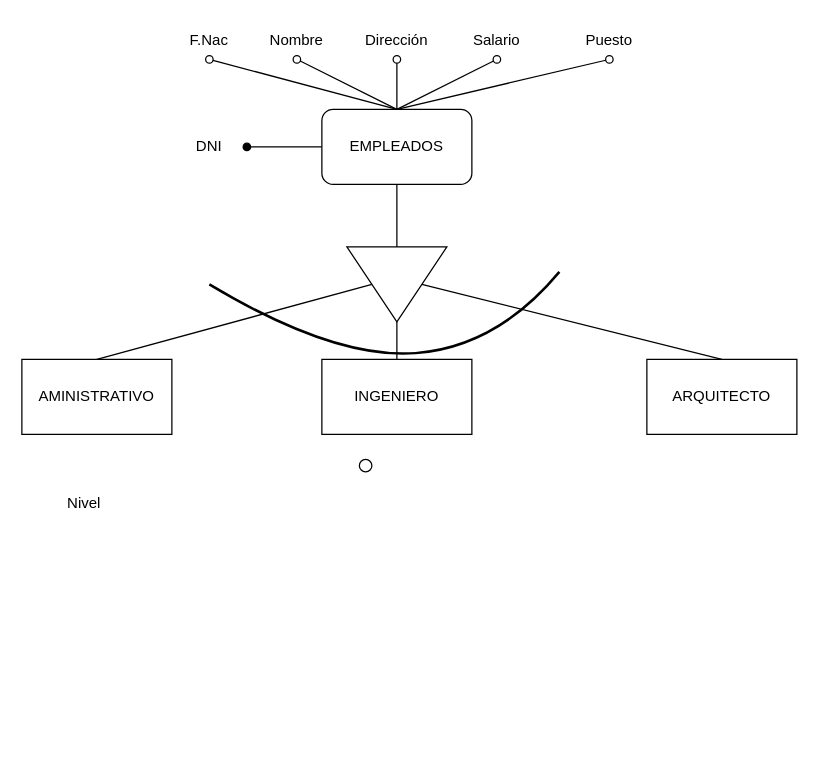
Above: Diagrama sin título.drawio in Buhuk/diagramas (draw.io), before the change. Source tidied: cells renumbered, new cells numbered last; positions are measured from the earlier drawing's top-left corner, leaving out a move shared by most shapes. Both pictures are drawn from the tidied source at 125%, with x=0, y=0 at pixel (21, 21).
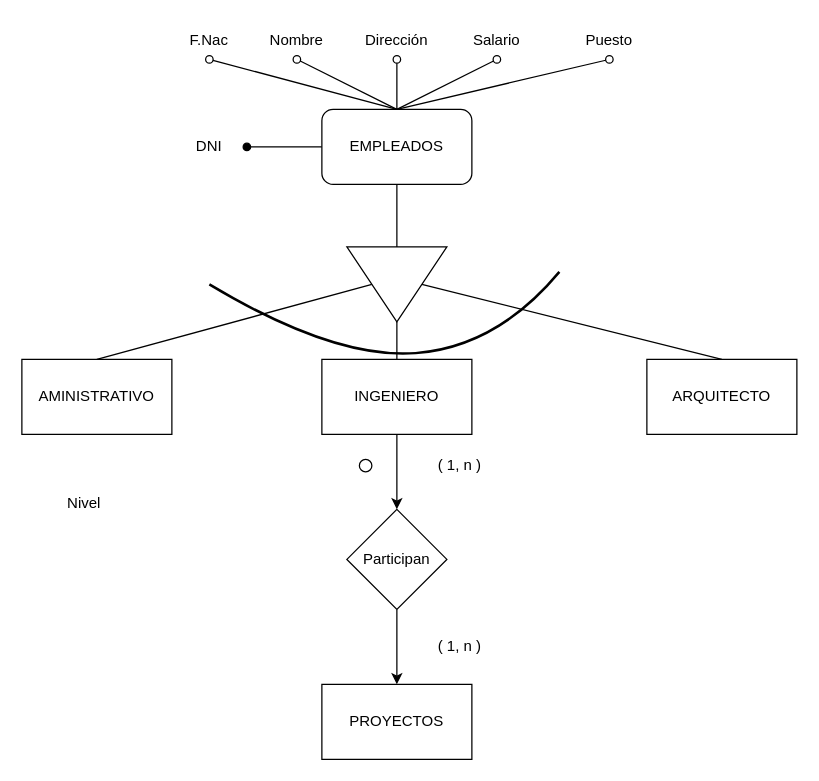
The same page after the edit.

The change refers to these unchanged cells:
```xml
<mxCell id="10" value="INGENIERO" style="rounded=0;whiteSpace=wrap;html=1;" parent="1" vertex="1">
  <mxGeometry x="240" y="270" width="120" height="60" as="geometry" />
</mxCell>
```

Diff of the diagram source:
```diff
@@
+    <mxCell id="26" style="edgeStyle=orthogonalEdgeStyle;rounded=0;jettySize=auto;html=1;exitX=0.5;exitY=1;exitDx=0;exitDy=0;entryX=0.5;entryY=0;entryDx=0;entryDy=0;" parent="1" edge="1" source="10" target="28">
+      <mxGeometry relative="1" as="geometry" />
+    </mxCell>
@@
+    <mxCell id="27" style="edgeStyle=orthogonalEdgeStyle;rounded=0;jettySize=auto;html=1;exitX=0.5;exitY=1;exitDx=0;exitDy=0;entryX=0.5;entryY=0;entryDx=0;entryDy=0;" parent="1" edge="1" source="28" target="29">
+      <mxGeometry relative="1" as="geometry" />
+    </mxCell>
+    <mxCell id="28" value="Participan" style="rhombus;whiteSpace=wrap;html=1;" parent="1" vertex="1">
+      <mxGeometry x="260" y="390" width="80" height="80" as="geometry" />
+    </mxCell>
+    <mxCell id="29" value="PROYECTOS" style="rounded=0;whiteSpace=wrap;html=1;" parent="1" vertex="1">
+      <mxGeometry x="240" y="530" width="120" height="60" as="geometry" />
+    </mxCell>
+    <mxCell id="30" value="&lt;div&gt;( 1, n )&lt;/div&gt;" style="text;html=1;align=center;verticalAlign=middle;strokeColor=none;fillColor=none;" parent="1" vertex="1">
+      <mxGeometry x="320" y="485" width="60" height="30" as="geometry" />
+    </mxCell>
+    <mxCell id="31" value="&lt;div&gt;( 1, n )&lt;/div&gt;" style="text;html=1;align=center;verticalAlign=middle;strokeColor=none;fillColor=none;" parent="1" vertex="1">
+      <mxGeometry x="320" y="340" width="60" height="30" as="geometry" />
+    </mxCell>
```
